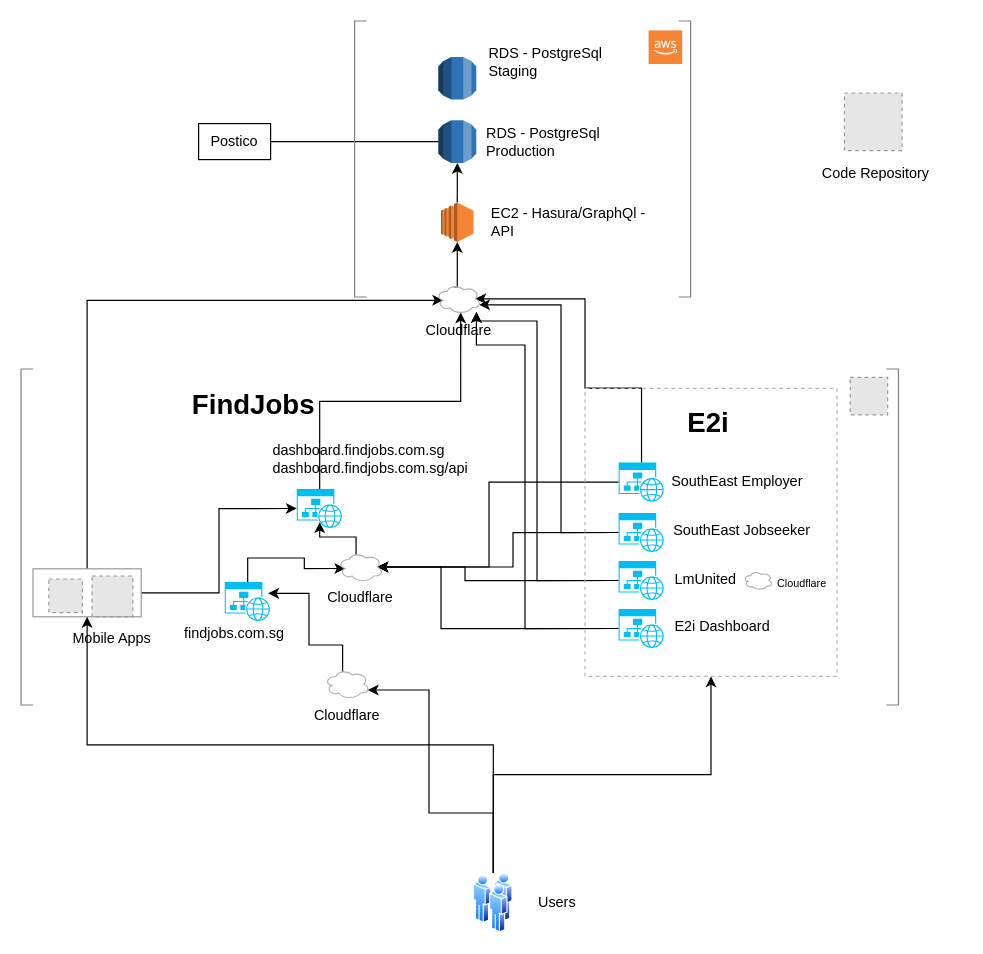
The draw.io diagram Infra Diagram.drawio in FindJobs-Pte-Ltd/.github, before the edit. Source tidied: cells renumbered, new cells numbered last; positions are measured from the earlier drawing's top-left corner, leaving out a move shared by most shapes. Both pictures are drawn from the tidied source at 120%, with x=0, y=0 at pixel (20, 20). Pictures stored in the file or linked from it are replaced by grey dashed boxes.
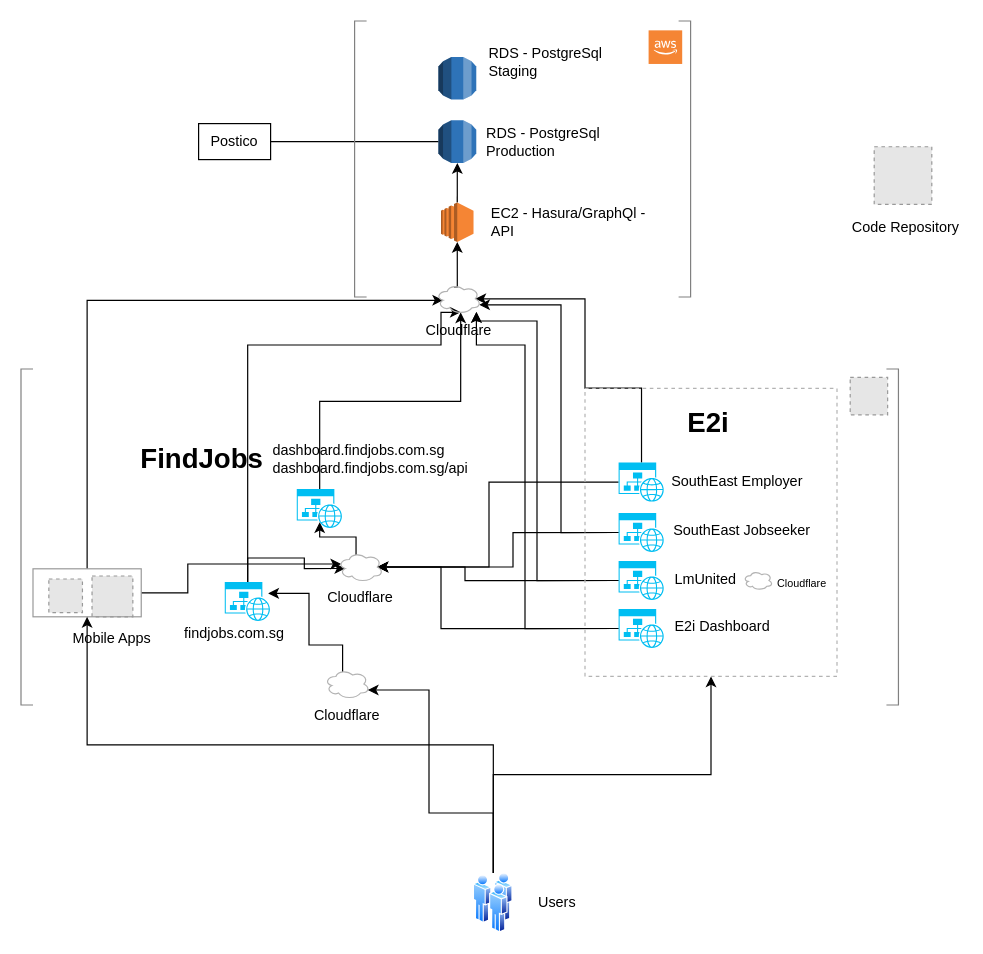
The same page after the edit.

Unchanged cells that the change refers to:
```xml
<mxCell id="12" style="verticalLabelPosition=bottom;html=1;verticalAlign=top;align=center;strokeColor=none;fillColor=#00BEF2;shape=mxgraph.azure.website_generic;" parent="1" vertex="1">
  <mxGeometry x="229.8" y="390" width="38.2" height="32.5" as="geometry" />
</mxCell>
<mxCell id="14" style="verticalLabelPosition=bottom;html=1;verticalAlign=top;align=center;strokeColor=none;fillColor=#00BEF2;shape=mxgraph.azure.website_generic;" parent="1" vertex="1">
  <mxGeometry x="169.8" y="467.5" width="38.2" height="32.5" as="geometry" />
</mxCell>
<mxCell id="25" style="rounded=0;whiteSpace=wrap;html=1;fillColor=none;strokeColor=#999999;" parent="1" vertex="1">
  <mxGeometry x="10" y="456.5" width="90.2" height="40" as="geometry" />
</mxCell>
<mxCell id="51" style="ellipse;shape=cloud;whiteSpace=wrap;html=1;fontSize=12;strokeColor=#B3B3B3;strokeWidth=1;fillColor=none;" parent="1" vertex="1">
  <mxGeometry x="264.2" y="442.5" width="37.5" height="25" as="geometry" />
</mxCell>
<mxCell id="63" style="ellipse;shape=cloud;whiteSpace=wrap;html=1;fontSize=12;strokeColor=#B3B3B3;strokeWidth=1;fillColor=none;" parent="1" vertex="1">
  <mxGeometry x="345.8" y="219" width="37.5" height="25" as="geometry" />
</mxCell>
```

What changed in the source:
```diff
@@
+    <mxCell id="66" style="edgeStyle=orthogonalEdgeStyle;rounded=0;jettySize=auto;html=1;exitX=0.5;exitY=0;exitDx=0;exitDy=0;exitPerimeter=0;entryX=0.55;entryY=0.95;entryDx=0;entryDy=0;fontSize=9;entryPerimeter=0;" parent="1" edge="1" source="14" target="63">
+      <mxGeometry relative="1" as="geometry">
+        <Array as="points">
+          <mxPoint x="189" y="270" />
+          <mxPoint x="350" y="270" />
+          <mxPoint x="350" y="243" />
+        </Array>
+      </mxGeometry>
+    </mxCell>
@@
     <mxCell id="19" style="fillColor=#E6E6E6;strokeColor=#999999;dashed=1;html=1;verticalAlign=top;verticalLabelPosition=bottom;labelBackgroundColor=#ffffff;" parent="1" vertex="1">
-      <mxGeometry x="686.2" y="60" width="48" height="48" as="geometry" />
+      <mxGeometry x="711" y="104.8" width="48" height="48" as="geometry" />
     </mxCell>
@@
-    <mxCell id="23" style="edgeStyle=orthogonalEdgeStyle;rounded=0;jettySize=auto;html=1;exitX=1;exitY=0.5;exitDx=0;exitDy=0;entryX=0;entryY=0.5;entryDx=0;entryDy=0;entryPerimeter=0;" parent="1" edge="1" source="25" target="12">
-      <mxGeometry relative="1" as="geometry" />
+    <mxCell id="23" style="edgeStyle=orthogonalEdgeStyle;rounded=0;jettySize=auto;html=1;exitX=1;exitY=0.5;exitDx=0;exitDy=0;entryX=0.07;entryY=0.4;entryDx=0;entryDy=0;entryPerimeter=0;" parent="1" edge="1" source="25" target="51">
+      <mxGeometry relative="1" as="geometry">
+        <Array as="points">
+          <mxPoint x="139" y="477" />
+          <mxPoint x="139" y="453" />
+        </Array>
+      </mxGeometry>
     </mxCell>
@@
     <mxCell id="46" value="&lt;font style=&quot;font-size: 23px;&quot;&gt;&lt;b&gt;FindJobs&lt;/b&gt;&lt;/font&gt;" style="text;html=1;strokeColor=none;fillColor=none;align=center;verticalAlign=middle;whiteSpace=wrap;rounded=0;" parent="1" vertex="1">
-      <mxGeometry x="163.8" y="305" width="60" height="30" as="geometry" />
+      <mxGeometry x="121.1" y="350" width="60" height="30" as="geometry" />
     </mxCell>
@@
     <mxCell id="48" value="&lt;font style=&quot;font-size: 12px;&quot;&gt;Code Repository&lt;br&gt;&lt;/font&gt;" style="text;html=1;strokeColor=none;fillColor=none;align=center;verticalAlign=middle;whiteSpace=wrap;rounded=0;fontSize=23;" parent="1" vertex="1">
-      <mxGeometry x="666.2" y="108" width="92.8" height="30" as="geometry" />
+      <mxGeometry x="691" y="152.8" width="92.8" height="30" as="geometry" />
     </mxCell>
```
